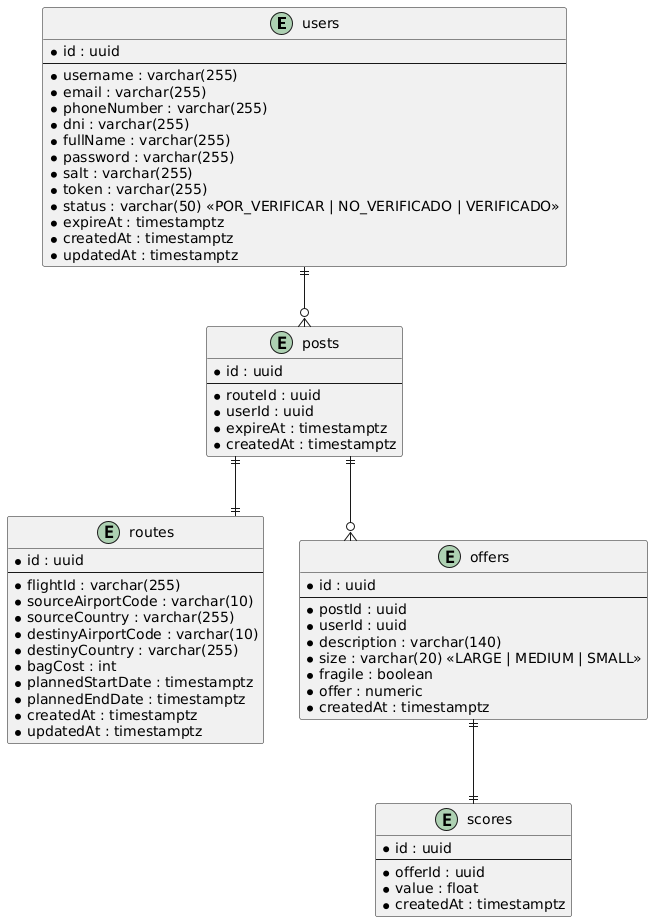
This is docs/diagrams/entities.png from EstebanCardenas/MISW4301---Cloud-Native, a PlantUML export, as it was before one commit.
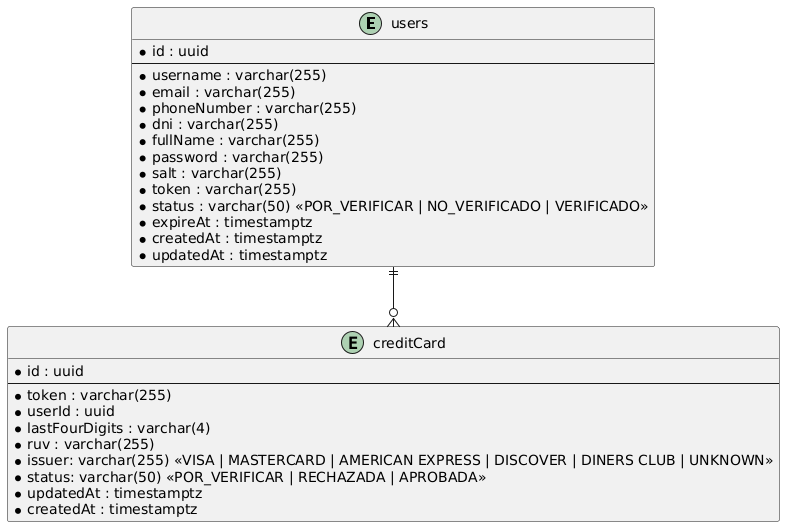
After the commit.

What changed in the source:
```diff
@@ -20,53 +20,19 @@
     * updatedAt : timestamptz
 }
 
-entity "routes" as routes {
+entity "creditCard" as creditCards {
     * id : uuid
     --
-    * flightId : varchar(255)
-    * sourceAirportCode : varchar(10)
-    * sourceCountry : varchar(255)
-    * destinyAirportCode : varchar(10)
-    * destinyCountry : varchar(255)
-    * bagCost : int
-    * plannedStartDate : timestamptz
-    * plannedEndDate : timestamptz
-    * createdAt : timestamptz
+    * token : varchar(255)
+    * userId : uuid
+    * lastFourDigits : varchar(4)
+    * ruv : varchar(255)
+    * issuer: varchar(255) <<VISA | MASTERCARD | AMERICAN EXPRESS | DISCOVER | DINERS CLUB | UNKNOWN>>
+    * status: varchar(50) <<POR_VERIFICAR | RECHAZADA | APROBADA>>
     * updatedAt : timestamptz
-}
-
-entity "posts" as posts {
-    * id : uuid
-    --
-    * routeId : uuid
-    * userId : uuid
-    * expireAt : timestamptz
     * createdAt : timestamptz
 }
 
-entity "offers" as offers {
-    * id : uuid
-    --
-    * postId : uuid
-    * userId : uuid
-    * description : varchar(140)
-    * size : varchar(20) <<LARGE | MEDIUM | SMALL>>
-    * fragile : boolean
-    * offer : numeric
-    * createdAt : timestamptz
-}
-
-entity "scores" as scores {
-    * id : uuid
-    --
-    * offerId : uuid
-    * value : float
-    * createdAt : timestamptz
-}
-
-users ||--o{ posts
-posts ||--|| routes
-posts ||--o{ offers
-offers ||--|| scores
+users ||--o{ creditCards
 
 @enduml
```
